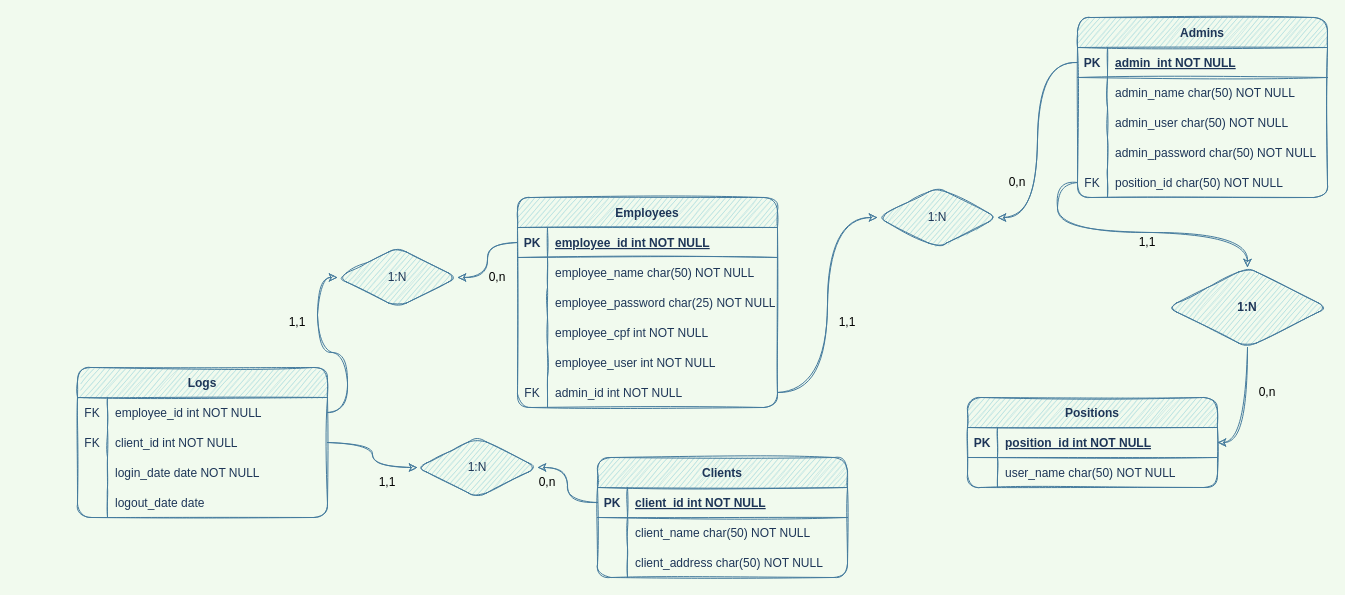
Before: hermes.beta.drawio in eoandrw/projeto-hermes, a draw.io diagram. Source tidied: cells renumbered, new cells numbered last; positions are measured from the earlier drawing's top-left corner, leaving out a move shared by most shapes. Both pictures are drawn from the tidied source at 100%, with x=0, y=0 at pixel (77, 17).
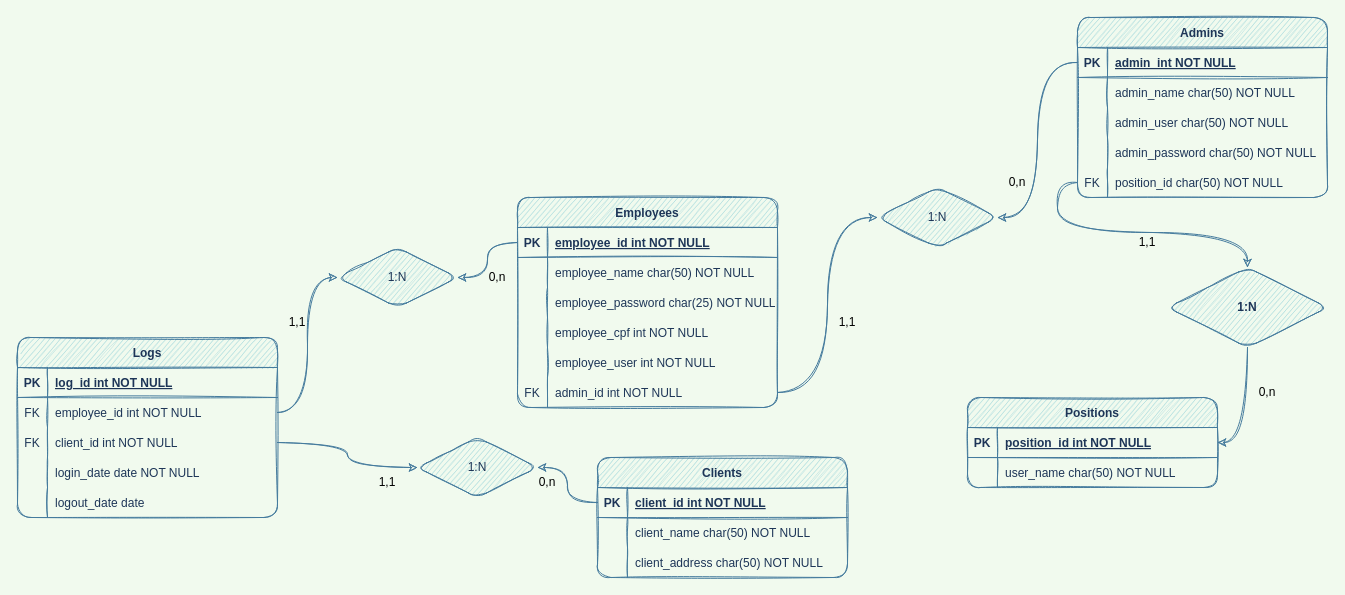
After the change.

Commit message:
versão beta - adiciona id nos logs

The change refers to these unchanged cells:
```xml
<mxCell id="61" value="1:N" style="shape=rhombus;perimeter=rhombusPerimeter;whiteSpace=wrap;html=1;align=center;shadow=0;strokeColor=#457B9D;rounded=1;sketch=1;fillColor=#A8DADC;fontColor=#1D3557;" parent="1" vertex="1">
  <mxGeometry x="260" y="230" width="120" height="60" as="geometry" />
</mxCell>
<mxCell id="62" value="1:N" style="shape=rhombus;perimeter=rhombusPerimeter;whiteSpace=wrap;html=1;align=center;shadow=0;strokeColor=#457B9D;rounded=1;sketch=1;fillColor=#A8DADC;fontColor=#1D3557;" parent="1" vertex="1">
  <mxGeometry x="340" y="420" width="120" height="60" as="geometry" />
</mxCell>
```

Change to the diagram source:
```diff
@@
-    <mxCell id="19" value="Logs" style="shape=table;startSize=30;childLayout=tableLayout;rowLines=0;fontStyle=1;align=center;strokeColor=#457B9D;rounded=1;sketch=1;fillColor=#A8DADC;fontColor=#1D3557;" parent="1" vertex="1">
-      <mxGeometry y="350" width="250" height="150" as="geometry" />
-    </mxCell>
-    <mxCell id="20" style="shape=partialRectangle;fillColor=none;points=[[0,0.5],[1,0.5]];portConstraint=eastwest;top=0;left=0;right=0;bottom=0;rounded=1;sketch=1;strokeColor=#457B9D;fontColor=#1D3557;" parent="19" vertex="1">
-      <mxGeometry y="30" width="250" height="30" as="geometry" />
-    </mxCell>
-    <mxCell id="21" value="FK" style="shape=partialRectangle;overflow=hidden;fillColor=none;top=0;left=0;bottom=0;right=0;rounded=1;sketch=1;strokeColor=#457B9D;fontColor=#1D3557;" parent="20" vertex="1">
-      <mxGeometry width="30" height="30" as="geometry" />
-    </mxCell>
-    <mxCell id="22" value="employee_id int NOT NULL" style="shape=partialRectangle;overflow=hidden;fillColor=none;top=0;left=0;bottom=0;right=0;align=left;spacingLeft=6;rounded=1;sketch=1;strokeColor=#457B9D;fontColor=#1D3557;" parent="20" vertex="1">
-      <mxGeometry x="30" width="220" height="30" as="geometry" />
-    </mxCell>
-    <mxCell id="23" style="shape=partialRectangle;fillColor=none;points=[[0,0.5],[1,0.5]];portConstraint=eastwest;top=0;left=0;right=0;bottom=0;rounded=1;sketch=1;strokeColor=#457B9D;fontColor=#1D3557;" parent="19" vertex="1">
-      <mxGeometry y="60" width="250" height="30" as="geometry" />
-    </mxCell>
-    <mxCell id="24" value="FK" style="shape=partialRectangle;overflow=hidden;fillColor=none;top=0;left=0;bottom=0;right=0;rounded=1;sketch=1;strokeColor=#457B9D;fontColor=#1D3557;" parent="23" vertex="1">
-      <mxGeometry width="30" height="30" as="geometry" />
-    </mxCell>
-    <mxCell id="25" value="client_id int NOT NULL" style="shape=partialRectangle;overflow=hidden;fillColor=none;top=0;left=0;bottom=0;right=0;align=left;spacingLeft=6;strokeColor=none;rounded=1;sketch=1;fontColor=#1D3557;" parent="23" vertex="1">
-      <mxGeometry x="30" width="220" height="30" as="geometry" />
-    </mxCell>
-    <mxCell id="26" style="shape=partialRectangle;fillColor=none;top=0;left=0;right=0;bottom=0;rounded=1;sketch=1;strokeColor=#457B9D;fontColor=#1D3557;" parent="19" vertex="1">
-      <mxGeometry y="90" width="250" height="30" as="geometry" />
-    </mxCell>
-    <mxCell id="27" style="shape=partialRectangle;overflow=hidden;fillColor=none;top=0;left=0;bottom=0;right=0;rounded=1;sketch=1;strokeColor=#457B9D;fontColor=#1D3557;" parent="26" vertex="1">
-      <mxGeometry width="30" height="30" as="geometry" />
-    </mxCell>
-    <mxCell id="28" value="login_date date NOT NULL" style="shape=partialRectangle;overflow=hidden;fillColor=none;top=0;left=0;bottom=0;right=0;align=left;spacingLeft=6;strokeColor=none;rounded=1;sketch=1;fontColor=#1D3557;" parent="26" vertex="1">
-      <mxGeometry x="30" width="220" height="30" as="geometry" />
-    </mxCell>
-    <mxCell id="29" style="shape=partialRectangle;fillColor=none;top=0;left=0;right=0;bottom=0;rounded=1;sketch=1;strokeColor=#457B9D;fontColor=#1D3557;" parent="19" vertex="1">
-      <mxGeometry y="120" width="250" height="30" as="geometry" />
-    </mxCell>
-    <mxCell id="30" style="shape=partialRectangle;overflow=hidden;fillColor=none;top=0;left=0;bottom=0;right=0;rounded=1;sketch=1;strokeColor=#457B9D;fontColor=#1D3557;" parent="29" vertex="1">
-      <mxGeometry width="30" height="30" as="geometry" />
-    </mxCell>
-    <mxCell id="31" value="logout_date date " style="shape=partialRectangle;overflow=hidden;fillColor=none;top=0;left=0;bottom=0;right=0;align=left;spacingLeft=6;strokeColor=none;rounded=1;sketch=1;fontColor=#1D3557;" parent="29" vertex="1">
-      <mxGeometry x="30" width="220" height="30" as="geometry" />
-    </mxCell>
@@
-    <mxCell id="84" style="edgeStyle=orthogonalEdgeStyle;rounded=1;sketch=1;jumpStyle=none;jettySize=auto;html=1;endSize=6;targetPerimeterSpacing=0;strokeColor=#457B9D;curved=1;fontColor=#1D3557;labelBackgroundColor=#F1FAEE;" parent="1" edge="1" source="23" target="62">
+    <mxCell id="84" style="edgeStyle=orthogonalEdgeStyle;rounded=1;sketch=1;jumpStyle=none;jettySize=auto;html=1;endSize=6;targetPerimeterSpacing=0;strokeColor=#457B9D;curved=1;fontColor=#1D3557;labelBackgroundColor=#F1FAEE;exitX=1;exitY=0.5;exitDx=0;exitDy=0;" parent="1" edge="1" source="92" target="62">
       <mxGeometry relative="1" as="geometry" />
     </mxCell>
-    <mxCell id="85" style="edgeStyle=orthogonalEdgeStyle;rounded=1;sketch=1;jumpStyle=none;jettySize=auto;html=1;endSize=6;targetPerimeterSpacing=0;strokeColor=#457B9D;curved=1;fontColor=#1D3557;labelBackgroundColor=#F1FAEE;entryX=0;entryY=0.5;entryDx=0;entryDy=0;" parent="1" edge="1" source="20" target="61">
+    <mxCell id="85" style="edgeStyle=orthogonalEdgeStyle;rounded=1;sketch=1;jumpStyle=none;jettySize=auto;html=1;endSize=6;targetPerimeterSpacing=0;strokeColor=#457B9D;curved=1;fontColor=#1D3557;labelBackgroundColor=#F1FAEE;entryX=0;entryY=0.5;entryDx=0;entryDy=0;exitX=1;exitY=0.5;exitDx=0;exitDy=0;" parent="1" edge="1" source="90" target="61">
       <mxGeometry relative="1" as="geometry" />
     </mxCell>
@@
+    <mxCell id="19" value="Logs" style="shape=table;startSize=30;childLayout=tableLayout;rowLines=0;fontStyle=1;align=center;rounded=1;sketch=1;fillColor=#A8DADC;strokeColor=#457B9D;fontColor=#1D3557;" parent="1" vertex="1">
+      <mxGeometry x="-60" y="320" width="260" height="180" as="geometry" />
+    </mxCell>
+    <mxCell id="87" style="shape=partialRectangle;fillColor=none;top=0;left=0;right=0;bottom=1;rounded=1;sketch=1;strokeColor=#457B9D;fontColor=#1D3557;" parent="19" vertex="1">
+      <mxGeometry y="30" width="260" height="30" as="geometry" />
+    </mxCell>
+    <mxCell id="88" value="PK" style="shape=partialRectangle;overflow=hidden;fillColor=none;top=0;left=0;bottom=0;right=0;fontStyle=1;rounded=1;sketch=1;strokeColor=#457B9D;fontColor=#1D3557;" parent="87" vertex="1">
+      <mxGeometry width="30" height="30" as="geometry" />
+    </mxCell>
+    <mxCell id="89" value="log_id int NOT NULL " style="shape=partialRectangle;overflow=hidden;fillColor=none;top=0;left=0;bottom=0;right=0;align=left;spacingLeft=6;fontStyle=5;rounded=1;sketch=1;strokeColor=#457B9D;fontColor=#1D3557;" parent="87" vertex="1">
+      <mxGeometry x="30" width="230" height="30" as="geometry" />
+    </mxCell>
+    <mxCell id="90" style="shape=partialRectangle;fillColor=none;points=[[0,0.5],[1,0.5]];portConstraint=eastwest;top=0;left=0;right=0;bottom=0;rounded=1;sketch=1;strokeColor=#457B9D;fontColor=#1D3557;" parent="19" vertex="1">
+      <mxGeometry y="60" width="260" height="30" as="geometry" />
+    </mxCell>
+    <mxCell id="91" value="FK" style="shape=partialRectangle;overflow=hidden;fillColor=none;top=0;left=0;bottom=0;right=0;rounded=1;sketch=1;strokeColor=#457B9D;fontColor=#1D3557;" parent="90" vertex="1">
+      <mxGeometry width="30" height="30" as="geometry" />
+    </mxCell>
+    <mxCell id="22" value="employee_id int NOT NULL" style="shape=partialRectangle;overflow=hidden;fillColor=none;top=0;left=0;bottom=0;right=0;align=left;spacingLeft=6;rounded=1;sketch=1;strokeColor=#457B9D;fontColor=#1D3557;" parent="90" vertex="1">
+      <mxGeometry x="30" width="230" height="30" as="geometry" />
+    </mxCell>
+    <mxCell id="92" style="shape=partialRectangle;fillColor=none;points=[[0,0.5],[1,0.5]];portConstraint=eastwest;top=0;left=0;right=0;bottom=0;rounded=1;sketch=1;strokeColor=#457B9D;fontColor=#1D3557;" parent="19" vertex="1">
+      <mxGeometry y="90" width="260" height="30" as="geometry" />
+    </mxCell>
+    <mxCell id="93" value="FK" style="shape=partialRectangle;overflow=hidden;fillColor=none;top=0;left=0;bottom=0;right=0;rounded=1;sketch=1;strokeColor=#457B9D;fontColor=#1D3557;" parent="92" vertex="1">
+      <mxGeometry width="30" height="30" as="geometry" />
+    </mxCell>
+    <mxCell id="25" value="client_id int NOT NULL" style="shape=partialRectangle;overflow=hidden;fillColor=none;top=0;left=0;bottom=0;right=0;align=left;spacingLeft=6;rounded=1;sketch=1;strokeColor=#457B9D;fontColor=#1D3557;" parent="92" vertex="1">
+      <mxGeometry x="30" width="230" height="30" as="geometry" />
+    </mxCell>
+    <mxCell id="94" style="shape=partialRectangle;fillColor=none;top=0;left=0;right=0;bottom=0;rounded=1;sketch=1;strokeColor=#457B9D;fontColor=#1D3557;" parent="19" vertex="1">
+      <mxGeometry y="120" width="260" height="30" as="geometry" />
+    </mxCell>
+    <mxCell id="95" style="shape=partialRectangle;overflow=hidden;fillColor=none;top=0;left=0;bottom=0;right=0;rounded=1;sketch=1;strokeColor=#457B9D;fontColor=#1D3557;" parent="94" vertex="1">
+      <mxGeometry width="30" height="30" as="geometry" />
+    </mxCell>
+    <mxCell id="28" value="login_date date NOT NULL" style="shape=partialRectangle;overflow=hidden;fillColor=none;top=0;left=0;bottom=0;right=0;align=left;spacingLeft=6;rounded=1;sketch=1;strokeColor=#457B9D;fontColor=#1D3557;" parent="94" vertex="1">
+      <mxGeometry x="30" width="230" height="30" as="geometry" />
+    </mxCell>
+    <mxCell id="96" style="shape=partialRectangle;fillColor=none;top=0;left=0;right=0;bottom=0;rounded=1;sketch=1;strokeColor=#457B9D;fontColor=#1D3557;" parent="19" vertex="1">
+      <mxGeometry y="150" width="260" height="30" as="geometry" />
+    </mxCell>
+    <mxCell id="97" style="shape=partialRectangle;overflow=hidden;fillColor=none;top=0;left=0;bottom=0;right=0;rounded=1;sketch=1;strokeColor=#457B9D;fontColor=#1D3557;" parent="96" vertex="1">
+      <mxGeometry width="30" height="30" as="geometry" />
+    </mxCell>
+    <mxCell id="31" value="logout_date date " style="shape=partialRectangle;overflow=hidden;fillColor=none;top=0;left=0;bottom=0;right=0;align=left;spacingLeft=6;rounded=1;sketch=1;strokeColor=#457B9D;fontColor=#1D3557;" parent="96" vertex="1">
+      <mxGeometry x="30" width="230" height="30" as="geometry" />
+    </mxCell>
```
